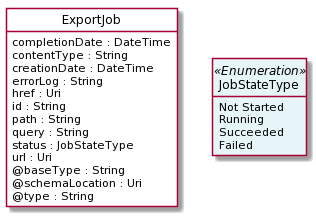
This is apis/TMF633_Service_Catalog/documentation/diagrams/Resource_ExportJob.png from tmforum-apis/Open_Api_And_Data_Model, a PlantUML export, as it was before one commit. Its diagram source:
```plantuml
@startuml
hide circle
hide methods
hide stereotype
show <<Enumeration>> stereotype
skinparam class {
   BackgroundColor<<Enumeration>> #E6F5F7
   BackgroundColor<<Ref>> #FFFFE0
   BackgroundColor<<Pivot>> #FFFFFFF
   BackgroundColor #FCF2E3
}

class ExportJob  <<Pivot>> {
    completionDate : DateTime
    contentType : String
    creationDate : DateTime
    errorLog : String
    href : Uri
    id : String
    path : String
    query : String
    status : JobStateType
    url : Uri
    @baseType : String
    @schemaLocation : Uri
    @type : String
}

class JobStateType <<Enumeration>> {
    Not Started
    Running
    Succeeded
    Failed
}

ExportJob -right[hidden]-> JobStateType

@enduml
```
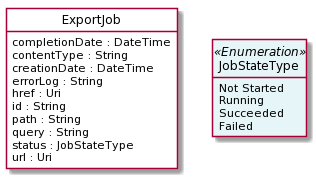
Later version of the same file.

Diff of the diagram source:
```diff
@@ -21,9 +21,6 @@
     query : String
     status : JobStateType
     url : Uri
-    @baseType : String
-    @schemaLocation : Uri
-    @type : String
 }
 
 class JobStateType <<Enumeration>> {
```
